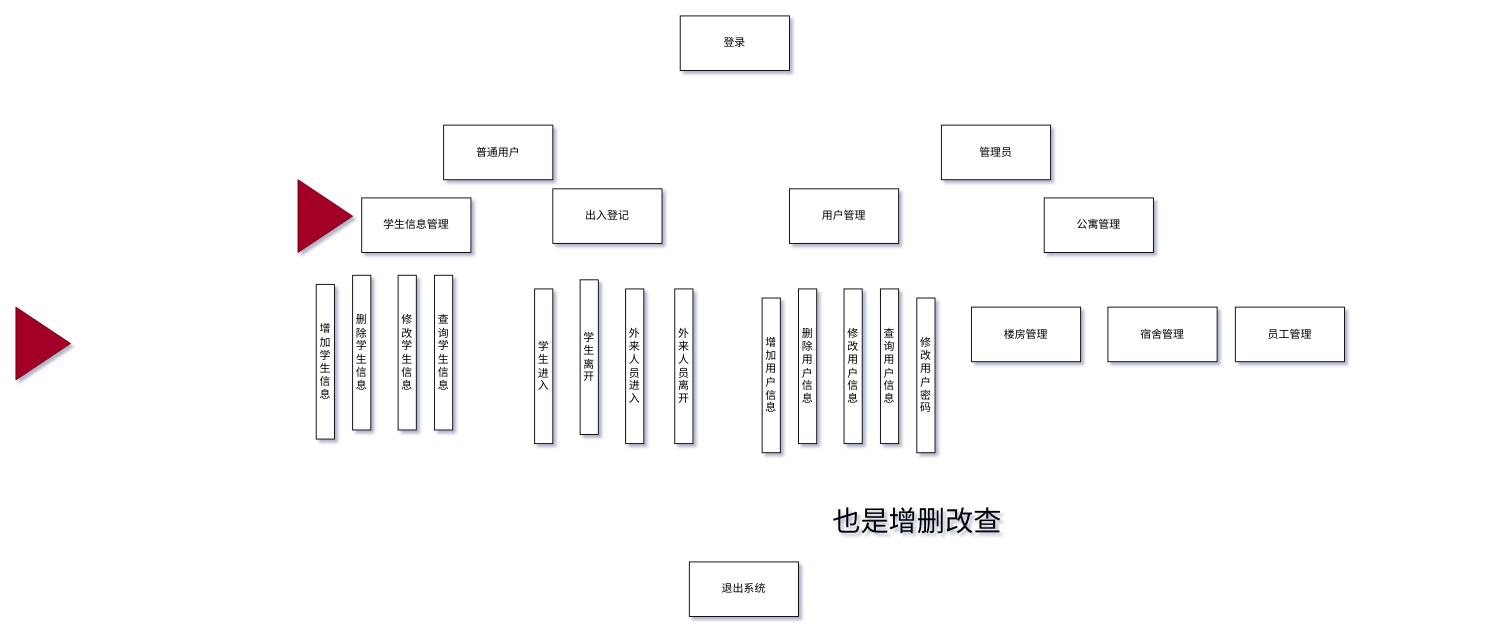
The draw.io diagram dormsys/note/sys.drawio in Canwaiting/note, before the edit. Source tidied: cells renumbered, new cells numbered last; positions are measured from the earlier drawing's top-left corner, leaving out a move shared by most shapes. Both pictures are drawn from the tidied source at 91%, with x=0, y=0 at pixel (15, 15).
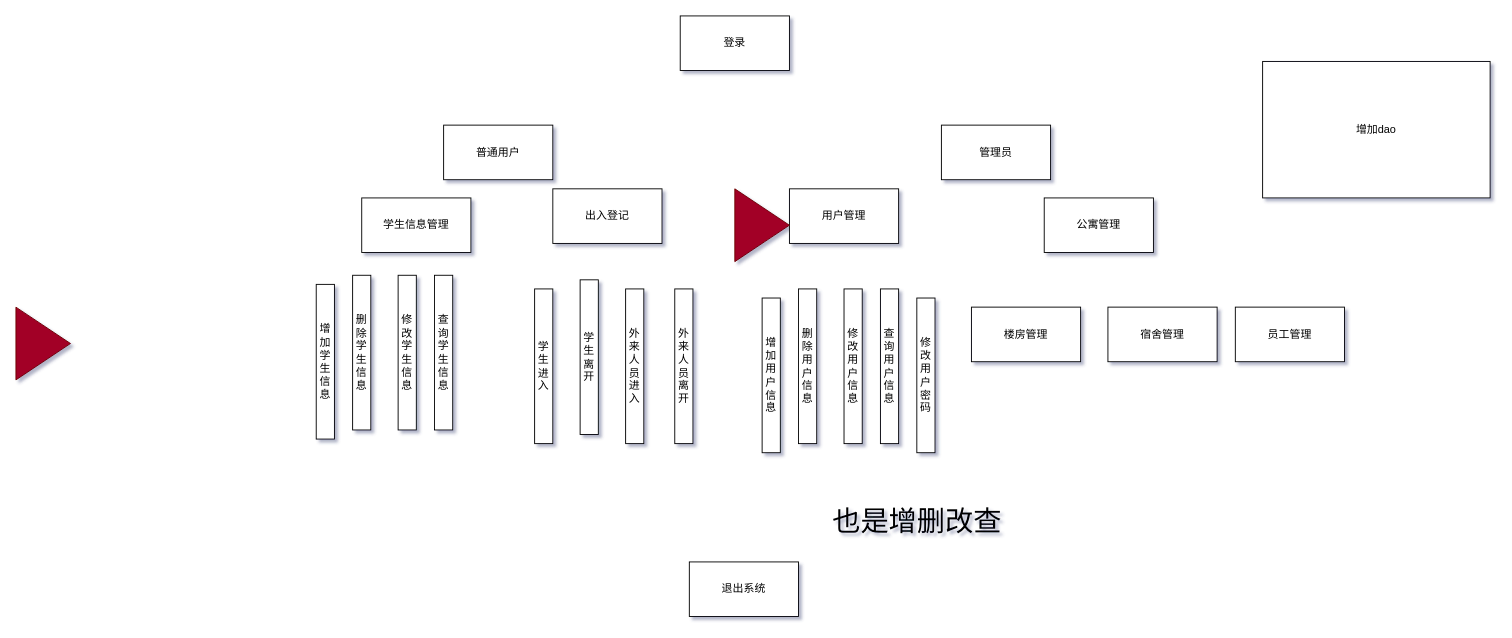
The same diagram, later.

What changed in the source:
```diff
@@
     <mxCell id="28" style="triangle;whiteSpace=wrap;html=1;fillColor=#a20025;strokeColor=#6F0000;fontColor=#ffffff;" parent="1" vertex="1">
-      <mxGeometry x="310" y="180" width="60" height="80" as="geometry" />
+      <mxGeometry x="790" y="190" width="60" height="80" as="geometry" />
     </mxCell>
+    <mxCell id="29" value="增加dao" style="whiteSpace=wrap;html=1;" parent="1" vertex="1">
+      <mxGeometry x="1370" y="50" width="250" height="150" as="geometry" />
+    </mxCell>
```
